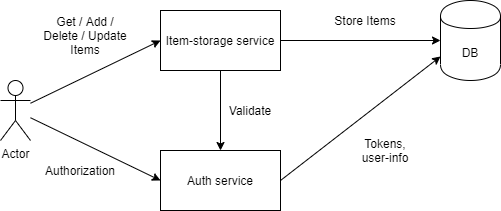
This is docs/Diagram.png from DimasKovas/dist-sys, a draw.io export, as it was before one commit. Source tidied: cells renumbered, new cells last; positions are measured from the earlier drawing's top-left corner, leaving out a move shared by most shapes.
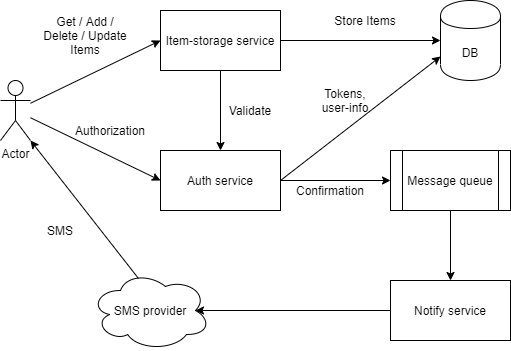
The same file after the commit.

Commit message:
Registration confirmation

Diff of the diagram source:
```diff
@@ -36,13 +36,42 @@
       <mxGeometry x="330" y="10" width="70" height="20" as="geometry" />
     </mxCell>
     <mxCell id="13" value="Authorization" style="text;html=1;strokeColor=none;fillColor=none;align=center;verticalAlign=middle;whiteSpace=wrap;rounded=0;" parent="1" vertex="1">
-      <mxGeometry x="60" y="160" width="40" height="20" as="geometry" />
+      <mxGeometry x="90" y="120" width="40" height="20" as="geometry" />
     </mxCell>
     <mxCell id="14" value="Get / Add / Delete / Update Items" style="text;html=1;strokeColor=none;fillColor=none;align=center;verticalAlign=middle;whiteSpace=wrap;rounded=0;" parent="1" vertex="1">
       <mxGeometry x="40" y="20" width="90" height="30" as="geometry" />
     </mxCell>
     <mxCell id="15" value="Tokens, user-info" style="text;html=1;strokeColor=none;fillColor=none;align=center;verticalAlign=middle;whiteSpace=wrap;rounded=0;" parent="1" vertex="1">
-      <mxGeometry x="360" y="140" width="50" height="20" as="geometry" />
+      <mxGeometry x="320" y="90" width="50" height="20" as="geometry" />
     </mxCell>
+    <mxCell id="16" value="SMS provider" style="ellipse;shape=cloud;whiteSpace=wrap;html=1;" parent="1" vertex="1">
+      <mxGeometry x="90" y="270" width="120" height="80" as="geometry" />
+    </mxCell>
+    <mxCell id="17" value="Notify service" style="rounded=0;whiteSpace=wrap;html=1;" parent="1" vertex="1">
+      <mxGeometry x="390" y="280" width="120" height="60" as="geometry" />
+    </mxCell>
+    <mxCell id="18" value="Message queue" style="shape=process;whiteSpace=wrap;html=1;backgroundOutline=1;" parent="1" vertex="1">
+      <mxGeometry x="390" y="150" width="120" height="60" as="geometry" />
+    </mxCell>
+    <mxCell id="19" style="endArrow=classic;html=1;exitX=1;exitY=0.5;exitDx=0;exitDy=0;entryX=0;entryY=0.5;entryDx=0;entryDy=0;" parent="1" edge="1" source="5" target="18">
+      <mxGeometry relative="1" as="geometry" />
+    </mxCell>
+    <mxCell id="20" style="endArrow=classic;html=1;exitX=0.5;exitY=1;exitDx=0;exitDy=0;entryX=0.5;entryY=0;entryDx=0;entryDy=0;" parent="1" edge="1" source="18" target="17">
+      <mxGeometry relative="1" as="geometry" />
+    </mxCell>
+    <mxCell id="21" style="endArrow=classic;html=1;exitX=0;exitY=0.5;exitDx=0;exitDy=0;entryX=0.875;entryY=0.5;entryDx=0;entryDy=0;entryPerimeter=0;" parent="1" edge="1" source="17" target="16">
+      <mxGeometry relative="1" as="geometry" />
+    </mxCell>
+    <mxCell id="22" style="endArrow=classic;html=1;exitX=0.4;exitY=0.1;exitDx=0;exitDy=0;exitPerimeter=0;" parent="1" edge="1" source="16">
+      <mxGeometry relative="1" as="geometry">
+        <mxPoint x="30" y="140" as="targetPoint" />
+      </mxGeometry>
+    </mxCell>
+    <mxCell id="23" value="Confirmation" style="text;html=1;strokeColor=none;fillColor=none;align=center;verticalAlign=middle;whiteSpace=wrap;rounded=0;" parent="1" vertex="1">
+      <mxGeometry x="310" y="180" width="40" height="20" as="geometry" />
+    </mxCell>
+    <mxCell id="24" value="SMS" style="text;html=1;strokeColor=none;fillColor=none;align=center;verticalAlign=middle;whiteSpace=wrap;rounded=0;" parent="1" vertex="1">
+      <mxGeometry x="40" y="220" width="40" height="20" as="geometry" />
+    </mxCell>
   </root>
 </mxGraphModel>
```
